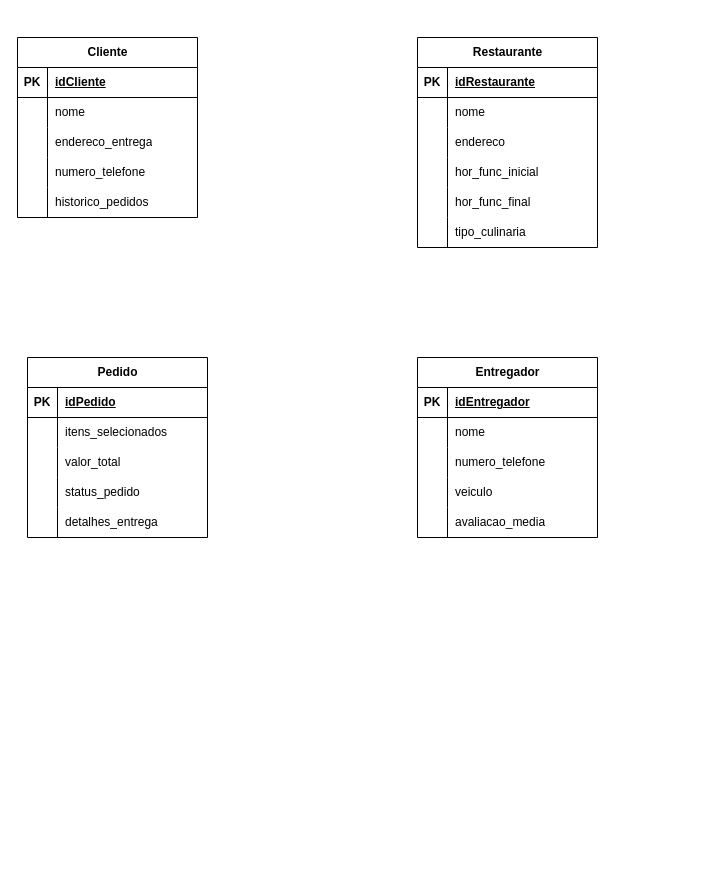
Above: app_delivery.drawio in cadullira/facorganizacao (draw.io), before the change. Source tidied: cells renumbered, new cells numbered last; positions are measured from the earlier drawing's top-left corner, leaving out a move shared by most shapes. Both pictures are drawn from the tidied source at 100%, with x=0, y=0 at pixel (17, 37).
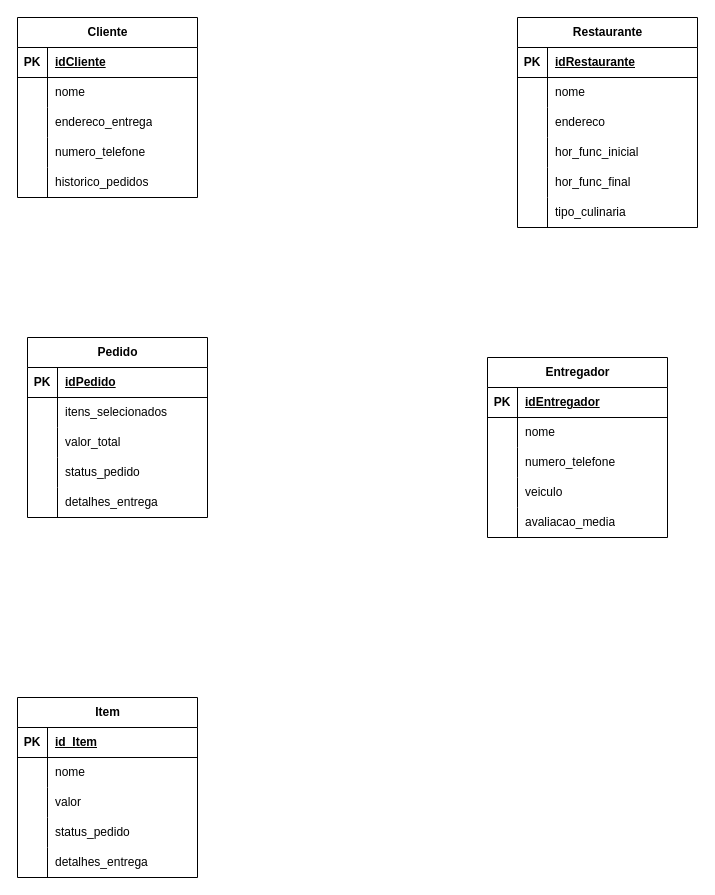
The same diagram, later.

Commit message:
Mapeia nova entidade para app_delivery.drawio

Diff of the diagram source:
```diff
@@
     <mxCell id="2" value="Cliente" style="shape=table;startSize=30;childLayout=tableLayout;rowLines=0;fontStyle=1;align=center;html=1;" parent="1" vertex="1">
-      <mxGeometry width="180" height="180" as="geometry" />
+      <mxGeometry y="-20" width="180" height="180" as="geometry" />
     </mxCell>
@@
     <mxCell id="18" value="Restaurante" style="shape=table;startSize=30;childLayout=tableLayout;rowLines=0;fontStyle=1;align=center;html=1;" parent="1" vertex="1">
-      <mxGeometry x="400" width="180" height="210" as="geometry" />
+      <mxGeometry x="500" y="-20" width="180" height="210" as="geometry" />
     </mxCell>
@@
     <mxCell id="37" value="Entregador" style="shape=table;startSize=30;childLayout=tableLayout;rowLines=0;fontStyle=1;align=center;html=1;" parent="1" vertex="1">
-      <mxGeometry x="400" y="320" width="180" height="180" as="geometry" />
+      <mxGeometry x="470" y="320" width="180" height="180" as="geometry" />
     </mxCell>
@@
     <mxCell id="53" value="Pedido" style="shape=table;startSize=30;childLayout=tableLayout;rowLines=0;fontStyle=1;align=center;html=1;" parent="1" vertex="1">
-      <mxGeometry x="10" y="320" width="180" height="180" as="geometry" />
+      <mxGeometry x="10" y="300" width="180" height="180" as="geometry" />
     </mxCell>
@@
+    <mxCell id="69" value="Item" style="shape=table;startSize=30;childLayout=tableLayout;rowLines=0;fontStyle=1;align=center;html=1;" parent="1" vertex="1">
+      <mxGeometry y="660" width="180" height="180" as="geometry" />
+    </mxCell>
+    <mxCell id="70" style="shape=tableRow;horizontal=0;startSize=0;swimlaneHead=0;swimlaneBody=0;fillColor=none;top=0;left=0;right=0;bottom=1;" parent="69" vertex="1">
+      <mxGeometry y="30" width="180" height="30" as="geometry" />
+    </mxCell>
+    <mxCell id="71" value="PK" style="shape=partialRectangle;fillColor=none;top=0;left=0;bottom=0;right=0;fontStyle=1;overflow=hidden;whiteSpace=wrap;html=1;" parent="70" vertex="1">
+      <mxGeometry width="30" height="30" as="geometry" />
+    </mxCell>
+    <mxCell id="72" value="id_Item" style="shape=partialRectangle;fillColor=none;top=0;left=0;bottom=0;right=0;align=left;spacingLeft=6;fontStyle=5;overflow=hidden;whiteSpace=wrap;html=1;" parent="70" vertex="1">
+      <mxGeometry x="30" width="150" height="30" as="geometry" />
+    </mxCell>
+    <mxCell id="73" style="shape=tableRow;horizontal=0;startSize=0;swimlaneHead=0;swimlaneBody=0;fillColor=none;top=0;left=0;right=0;bottom=0;" parent="69" vertex="1">
+      <mxGeometry y="60" width="180" height="30" as="geometry" />
+    </mxCell>
+    <mxCell id="74" style="shape=partialRectangle;fillColor=none;top=0;left=0;bottom=0;right=0;overflow=hidden;whiteSpace=wrap;html=1;" parent="73" vertex="1">
+      <mxGeometry width="30" height="30" as="geometry" />
+    </mxCell>
+    <mxCell id="75" value="nome" style="shape=partialRectangle;fillColor=none;top=0;left=0;bottom=0;right=0;align=left;spacingLeft=6;overflow=hidden;whiteSpace=wrap;html=1;" parent="73" vertex="1">
+      <mxGeometry x="30" width="150" height="30" as="geometry" />
+    </mxCell>
+    <mxCell id="76" style="shape=tableRow;horizontal=0;startSize=0;swimlaneHead=0;swimlaneBody=0;fillColor=none;top=0;left=0;right=0;bottom=0;" parent="69" vertex="1">
+      <mxGeometry y="90" width="180" height="30" as="geometry" />
+    </mxCell>
+    <mxCell id="77" style="shape=partialRectangle;fillColor=none;top=0;left=0;bottom=0;right=0;overflow=hidden;whiteSpace=wrap;html=1;" parent="76" vertex="1">
+      <mxGeometry width="30" height="30" as="geometry" />
+    </mxCell>
+    <mxCell id="78" value="valor" style="shape=partialRectangle;fillColor=none;top=0;left=0;bottom=0;right=0;align=left;spacingLeft=6;overflow=hidden;whiteSpace=wrap;html=1;" parent="76" vertex="1">
+      <mxGeometry x="30" width="150" height="30" as="geometry" />
+    </mxCell>
+    <mxCell id="79" style="shape=tableRow;horizontal=0;startSize=0;swimlaneHead=0;swimlaneBody=0;fillColor=none;top=0;left=0;right=0;bottom=0;" parent="69" vertex="1">
+      <mxGeometry y="120" width="180" height="30" as="geometry" />
+    </mxCell>
+    <mxCell id="80" style="shape=partialRectangle;fillColor=none;top=0;left=0;bottom=0;right=0;overflow=hidden;whiteSpace=wrap;html=1;" parent="79" vertex="1">
+      <mxGeometry width="30" height="30" as="geometry" />
+    </mxCell>
+    <mxCell id="81" value="status_pedido" style="shape=partialRectangle;fillColor=none;top=0;left=0;bottom=0;right=0;align=left;spacingLeft=6;overflow=hidden;whiteSpace=wrap;html=1;" parent="79" vertex="1">
+      <mxGeometry x="30" width="150" height="30" as="geometry" />
+    </mxCell>
+    <mxCell id="82" style="shape=tableRow;horizontal=0;startSize=0;swimlaneHead=0;swimlaneBody=0;fillColor=none;top=0;left=0;right=0;bottom=0;" parent="69" vertex="1">
+      <mxGeometry y="150" width="180" height="30" as="geometry" />
+    </mxCell>
+    <mxCell id="83" style="shape=partialRectangle;fillColor=none;top=0;left=0;bottom=0;right=0;overflow=hidden;whiteSpace=wrap;html=1;" parent="82" vertex="1">
+      <mxGeometry width="30" height="30" as="geometry" />
+    </mxCell>
+    <mxCell id="84" value="detalhes_entrega" style="shape=partialRectangle;fillColor=none;top=0;left=0;bottom=0;right=0;align=left;spacingLeft=6;overflow=hidden;whiteSpace=wrap;html=1;" parent="82" vertex="1">
+      <mxGeometry x="30" width="150" height="30" as="geometry" />
+    </mxCell>
```
